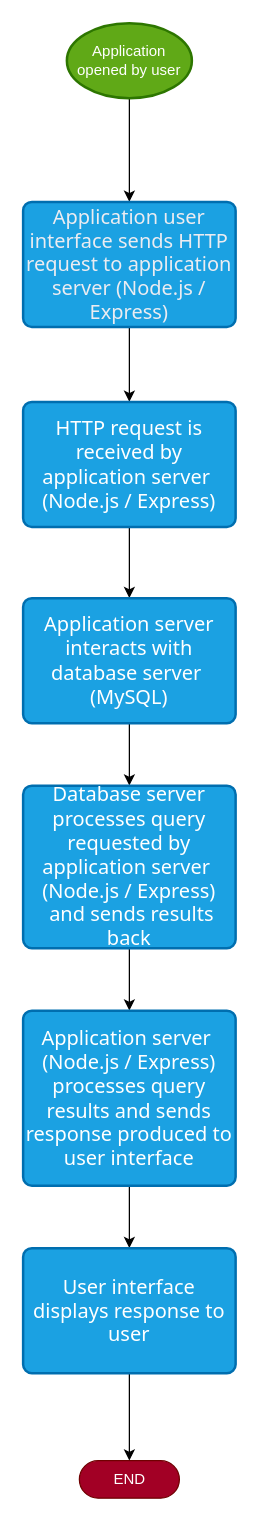
The draw.io diagram proposal/submission/sec01/Systema/flowchart.drawio in drshahizan/software-engineering, before the edit. Source tidied: cells renumbered, new cells numbered last; positions are measured from the earlier drawing's top-left corner, leaving out a move shared by most shapes. Both pictures are drawn from the tidied source at 125%, with x=0, y=0 at pixel (22, 22).
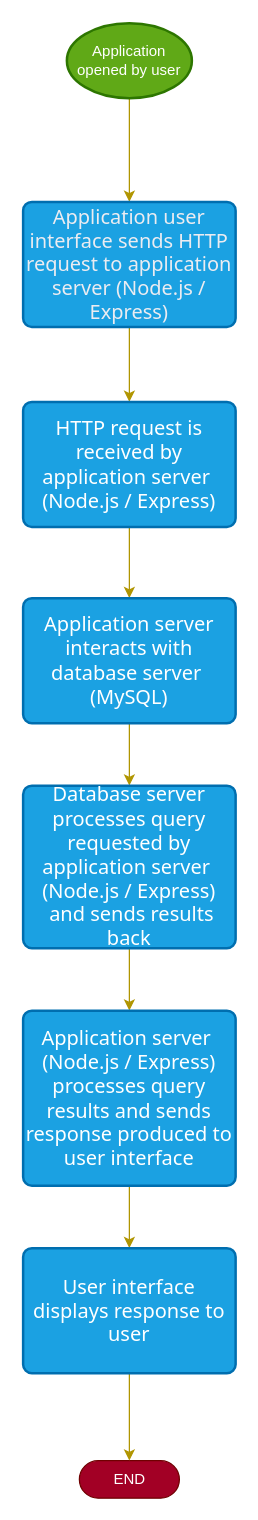
After the change.

Commit message (it also covers changes not shown here):
Update flowchart and blockdiagram

Diff of the diagram source:
```diff
@@
 <mxGraphModel>
   <root>
     <mxCell id="0" />
     <mxCell id="1" parent="0" />
-    <mxCell id="2" style="edgeStyle=none;html=1;exitX=0.5;exitY=1;exitDx=0;exitDy=0;exitPerimeter=0;entryX=0.5;entryY=0;entryDx=0;entryDy=0;" parent="1" edge="1" source="3" target="5">
+    <mxCell id="2" style="edgeStyle=none;html=1;exitX=0.5;exitY=1;exitDx=0;exitDy=0;exitPerimeter=0;entryX=0.5;entryY=0;entryDx=0;entryDy=0;fillColor=#e3c800;strokeColor=#B09500;" parent="1" edge="1" source="3" target="5">
       <mxGeometry relative="1" as="geometry" />
     </mxCell>
     <mxCell id="3" value="Application opened by user" style="strokeWidth=2;html=1;shape=mxgraph.flowchart.start_1;whiteSpace=wrap;fillColor=#60a917;fontColor=#ffffff;strokeColor=#2D7600;" parent="1" vertex="1">
       <mxGeometry x="35" width="100" height="60" as="geometry" />
     </mxCell>
-    <mxCell id="4" style="edgeStyle=none;html=1;exitX=0.5;exitY=1;exitDx=0;exitDy=0;entryX=0.5;entryY=0;entryDx=0;entryDy=0;" parent="1" edge="1" source="5" target="7">
+    <mxCell id="4" style="edgeStyle=none;html=1;exitX=0.5;exitY=1;exitDx=0;exitDy=0;entryX=0.5;entryY=0;entryDx=0;entryDy=0;fillColor=#e3c800;strokeColor=#B09500;" parent="1" edge="1" source="5" target="7">
       <mxGeometry relative="1" as="geometry" />
     </mxCell>
     <mxCell id="5" value="&lt;span style=&quot;color: rgb(236, 236, 241); font-family: Söhne, ui-sans-serif, system-ui, -apple-system, &amp;quot;Segoe UI&amp;quot;, Roboto, Ubuntu, Cantarell, &amp;quot;Noto Sans&amp;quot;, sans-serif, &amp;quot;Helvetica Neue&amp;quot;, Arial, &amp;quot;Apple Color Emoji&amp;quot;, &amp;quot;Segoe UI Emoji&amp;quot;, &amp;quot;Segoe UI Symbol&amp;quot;, &amp;quot;Noto Color Emoji&amp;quot;; font-size: 16px; text-align: start;&quot;&gt;Application user interface sends HTTP request to application server (Node.js / Express&lt;/span&gt;&lt;span style=&quot;color: rgb(236, 236, 241); font-family: Söhne, ui-sans-serif, system-ui, -apple-system, &amp;quot;Segoe UI&amp;quot;, Roboto, Ubuntu, Cantarell, &amp;quot;Noto Sans&amp;quot;, sans-serif, &amp;quot;Helvetica Neue&amp;quot;, Arial, &amp;quot;Apple Color Emoji&amp;quot;, &amp;quot;Segoe UI Emoji&amp;quot;, &amp;quot;Segoe UI Symbol&amp;quot;, &amp;quot;Noto Color Emoji&amp;quot;; font-size: 16px; text-align: start;&quot;&gt;)&lt;/span&gt;" style="rounded=1;whiteSpace=wrap;html=1;absoluteArcSize=1;arcSize=14;strokeWidth=2;fillColor=#1ba1e2;fontColor=#ffffff;strokeColor=#006EAF;" parent="1" vertex="1">
       <mxGeometry y="143" width="170" height="100" as="geometry" />
     </mxCell>
-    <mxCell id="6" style="edgeStyle=none;html=1;exitX=0.5;exitY=1;exitDx=0;exitDy=0;entryX=0.5;entryY=0;entryDx=0;entryDy=0;" parent="1" edge="1" source="7" target="10">
+    <mxCell id="6" style="edgeStyle=none;html=1;exitX=0.5;exitY=1;exitDx=0;exitDy=0;entryX=0.5;entryY=0;entryDx=0;entryDy=0;fillColor=#e3c800;strokeColor=#B09500;" parent="1" edge="1" source="7" target="10">
       <mxGeometry relative="1" as="geometry" />
     </mxCell>
     <mxCell id="7" value="&lt;div style=&quot;&quot;&gt;&lt;font face=&quot;Söhne, ui-sans-serif, system-ui, -apple-system, Segoe UI, Roboto, Ubuntu, Cantarell, Noto Sans, sans-serif, Helvetica Neue, Arial, Apple Color Emoji, Segoe UI Emoji, Segoe UI Symbol, Noto Color Emoji&quot;&gt;&lt;span style=&quot;font-size: 16px;&quot;&gt;HTTP request is received by application server&amp;nbsp;&lt;/span&gt;&lt;/font&gt;&lt;/div&gt;&lt;span style=&quot;font-family: Söhne, ui-sans-serif, system-ui, -apple-system, &amp;quot;Segoe UI&amp;quot;, Roboto, Ubuntu, Cantarell, &amp;quot;Noto Sans&amp;quot;, sans-serif, &amp;quot;Helvetica Neue&amp;quot;, Arial, &amp;quot;Apple Color Emoji&amp;quot;, &amp;quot;Segoe UI Emoji&amp;quot;, &amp;quot;Segoe UI Symbol&amp;quot;, &amp;quot;Noto Color Emoji&amp;quot;; font-size: 16px; text-align: start;&quot;&gt;(Node.js / Express)&lt;/span&gt;" style="rounded=1;whiteSpace=wrap;html=1;absoluteArcSize=1;arcSize=14;strokeWidth=2;fillColor=#1ba1e2;fontColor=#ffffff;strokeColor=#006EAF;align=center;" parent="1" vertex="1">
       <mxGeometry y="303" width="170" height="100" as="geometry" />
     </mxCell>
     <mxCell id="8" value="END" style="html=1;dashed=0;whitespace=wrap;shape=mxgraph.dfd.start;fillColor=#a20025;fontColor=#ffffff;strokeColor=#6F0000;" parent="1" vertex="1">
       <mxGeometry x="45" y="1150" width="80" height="30" as="geometry" />
     </mxCell>
-    <mxCell id="9" style="edgeStyle=none;html=1;exitX=0.5;exitY=1;exitDx=0;exitDy=0;entryX=0.5;entryY=0;entryDx=0;entryDy=0;" parent="1" edge="1" source="10" target="12">
+    <mxCell id="9" style="edgeStyle=none;html=1;exitX=0.5;exitY=1;exitDx=0;exitDy=0;entryX=0.5;entryY=0;entryDx=0;entryDy=0;fillColor=#e3c800;strokeColor=#B09500;" parent="1" edge="1" source="10" target="12">
       <mxGeometry relative="1" as="geometry" />
     </mxCell>
     <mxCell id="10" value="&lt;div style=&quot;&quot;&gt;&lt;font face=&quot;Söhne, ui-sans-serif, system-ui, -apple-system, Segoe UI, Roboto, Ubuntu, Cantarell, Noto Sans, sans-serif, Helvetica Neue, Arial, Apple Color Emoji, Segoe UI Emoji, Segoe UI Symbol, Noto Color Emoji&quot;&gt;&lt;span style=&quot;font-size: 16px;&quot;&gt;Application server interacts with database server&amp;nbsp;&lt;/span&gt;&lt;/font&gt;&lt;/div&gt;&lt;div style=&quot;&quot;&gt;&lt;font face=&quot;Söhne, ui-sans-serif, system-ui, -apple-system, Segoe UI, Roboto, Ubuntu, Cantarell, Noto Sans, sans-serif, Helvetica Neue, Arial, Apple Color Emoji, Segoe UI Emoji, Segoe UI Symbol, Noto Color Emoji&quot;&gt;&lt;span style=&quot;font-size: 16px;&quot;&gt;(MySQL)&lt;/span&gt;&lt;/font&gt;&lt;/div&gt;" style="rounded=1;whiteSpace=wrap;html=1;absoluteArcSize=1;arcSize=14;strokeWidth=2;fillColor=#1ba1e2;fontColor=#ffffff;strokeColor=#006EAF;align=center;" parent="1" vertex="1">
       <mxGeometry y="460" width="170" height="100" as="geometry" />
     </mxCell>
-    <mxCell id="11" style="edgeStyle=none;html=1;exitX=0.5;exitY=1;exitDx=0;exitDy=0;entryX=0.5;entryY=0;entryDx=0;entryDy=0;" parent="1" edge="1" source="12" target="14">
+    <mxCell id="11" style="edgeStyle=none;html=1;exitX=0.5;exitY=1;exitDx=0;exitDy=0;entryX=0.5;entryY=0;entryDx=0;entryDy=0;fillColor=#e3c800;strokeColor=#B09500;" parent="1" edge="1" source="12" target="14">
       <mxGeometry relative="1" as="geometry" />
     </mxCell>
     <mxCell id="12" value="&lt;div style=&quot;&quot;&gt;&lt;span style=&quot;font-family: Söhne, ui-sans-serif, system-ui, -apple-system, &amp;quot;Segoe UI&amp;quot;, Roboto, Ubuntu, Cantarell, &amp;quot;Noto Sans&amp;quot;, sans-serif, &amp;quot;Helvetica Neue&amp;quot;, Arial, &amp;quot;Apple Color Emoji&amp;quot;, &amp;quot;Segoe UI Emoji&amp;quot;, &amp;quot;Segoe UI Symbol&amp;quot;, &amp;quot;Noto Color Emoji&amp;quot;; font-size: 16px; text-align: left;&quot;&gt;Database server processes query requested by application server&amp;nbsp;&lt;/span&gt;&lt;/div&gt;&lt;span style=&quot;font-family: Söhne, ui-sans-serif, system-ui, -apple-system, &amp;quot;Segoe UI&amp;quot;, Roboto, Ubuntu, Cantarell, &amp;quot;Noto Sans&amp;quot;, sans-serif, &amp;quot;Helvetica Neue&amp;quot;, Arial, &amp;quot;Apple Color Emoji&amp;quot;, &amp;quot;Segoe UI Emoji&amp;quot;, &amp;quot;Segoe UI Symbol&amp;quot;, &amp;quot;Noto Color Emoji&amp;quot;; font-size: 16px; text-align: start;&quot;&gt;(Node.js / Express)&lt;/span&gt;&lt;div style=&quot;&quot;&gt;&lt;span style=&quot;font-family: Söhne, ui-sans-serif, system-ui, -apple-system, &amp;quot;Segoe UI&amp;quot;, Roboto, Ubuntu, Cantarell, &amp;quot;Noto Sans&amp;quot;, sans-serif, &amp;quot;Helvetica Neue&amp;quot;, Arial, &amp;quot;Apple Color Emoji&amp;quot;, &amp;quot;Segoe UI Emoji&amp;quot;, &amp;quot;Segoe UI Symbol&amp;quot;, &amp;quot;Noto Color Emoji&amp;quot;; font-size: 16px; text-align: left;&quot;&gt;&amp;nbsp;and sends results back&lt;/span&gt;&lt;br&gt;&lt;/div&gt;" style="rounded=1;whiteSpace=wrap;html=1;absoluteArcSize=1;arcSize=14;strokeWidth=2;fillColor=#1ba1e2;fontColor=#ffffff;strokeColor=#006EAF;align=center;" parent="1" vertex="1">
       <mxGeometry y="610" width="170" height="130" as="geometry" />
     </mxCell>
-    <mxCell id="13" style="edgeStyle=none;html=1;exitX=0.5;exitY=1;exitDx=0;exitDy=0;entryX=0.5;entryY=0;entryDx=0;entryDy=0;" parent="1" edge="1" source="14" target="16">
+    <mxCell id="13" style="edgeStyle=none;html=1;exitX=0.5;exitY=1;exitDx=0;exitDy=0;entryX=0.5;entryY=0;entryDx=0;entryDy=0;fillColor=#e3c800;strokeColor=#B09500;" parent="1" edge="1" source="14" target="16">
       <mxGeometry relative="1" as="geometry" />
     </mxCell>
     <mxCell id="14" value="&lt;div style=&quot;&quot;&gt;&lt;span style=&quot;font-family: Söhne, ui-sans-serif, system-ui, -apple-system, &amp;quot;Segoe UI&amp;quot;, Roboto, Ubuntu, Cantarell, &amp;quot;Noto Sans&amp;quot;, sans-serif, &amp;quot;Helvetica Neue&amp;quot;, Arial, &amp;quot;Apple Color Emoji&amp;quot;, &amp;quot;Segoe UI Emoji&amp;quot;, &amp;quot;Segoe UI Symbol&amp;quot;, &amp;quot;Noto Color Emoji&amp;quot;; font-size: 16px; text-align: left;&quot;&gt;Application server&amp;nbsp;&lt;/span&gt;&lt;/div&gt;&lt;span style=&quot;font-family: Söhne, ui-sans-serif, system-ui, -apple-system, &amp;quot;Segoe UI&amp;quot;, Roboto, Ubuntu, Cantarell, &amp;quot;Noto Sans&amp;quot;, sans-serif, &amp;quot;Helvetica Neue&amp;quot;, Arial, &amp;quot;Apple Color Emoji&amp;quot;, &amp;quot;Segoe UI Emoji&amp;quot;, &amp;quot;Segoe UI Symbol&amp;quot;, &amp;quot;Noto Color Emoji&amp;quot;; font-size: 16px; text-align: start;&quot;&gt;(Node.js / Express)&lt;/span&gt;&lt;div style=&quot;&quot;&gt;&lt;span style=&quot;font-family: Söhne, ui-sans-serif, system-ui, -apple-system, &amp;quot;Segoe UI&amp;quot;, Roboto, Ubuntu, Cantarell, &amp;quot;Noto Sans&amp;quot;, sans-serif, &amp;quot;Helvetica Neue&amp;quot;, Arial, &amp;quot;Apple Color Emoji&amp;quot;, &amp;quot;Segoe UI Emoji&amp;quot;, &amp;quot;Segoe UI Symbol&amp;quot;, &amp;quot;Noto Color Emoji&amp;quot;; font-size: 16px; text-align: left;&quot;&gt;processes query results and sends response produced to user interface&lt;/span&gt;&lt;br&gt;&lt;/div&gt;" style="rounded=1;whiteSpace=wrap;html=1;absoluteArcSize=1;arcSize=14;strokeWidth=2;fillColor=#1ba1e2;fontColor=#ffffff;strokeColor=#006EAF;align=center;" parent="1" vertex="1">
       <mxGeometry y="790" width="170" height="140" as="geometry" />
     </mxCell>
-    <mxCell id="15" style="edgeStyle=none;html=1;exitX=0.5;exitY=1;exitDx=0;exitDy=0;entryX=0.5;entryY=0.5;entryDx=0;entryDy=-15;entryPerimeter=0;" parent="1" edge="1" source="16" target="8">
+    <mxCell id="15" style="edgeStyle=none;html=1;exitX=0.5;exitY=1;exitDx=0;exitDy=0;entryX=0.5;entryY=0.5;entryDx=0;entryDy=-15;entryPerimeter=0;fillColor=#e3c800;strokeColor=#B09500;" parent="1" edge="1" source="16" target="8">
       <mxGeometry relative="1" as="geometry" />
     </mxCell>
     <mxCell id="16" value="&lt;div style=&quot;&quot;&gt;&lt;span style=&quot;font-family: Söhne, ui-sans-serif, system-ui, -apple-system, &amp;quot;Segoe UI&amp;quot;, Roboto, Ubuntu, Cantarell, &amp;quot;Noto Sans&amp;quot;, sans-serif, &amp;quot;Helvetica Neue&amp;quot;, Arial, &amp;quot;Apple Color Emoji&amp;quot;, &amp;quot;Segoe UI Emoji&amp;quot;, &amp;quot;Segoe UI Symbol&amp;quot;, &amp;quot;Noto Color Emoji&amp;quot;; font-size: 16px; text-align: left;&quot;&gt;User interface displays response to user&lt;/span&gt;&lt;br&gt;&lt;/div&gt;" style="rounded=1;whiteSpace=wrap;html=1;absoluteArcSize=1;arcSize=14;strokeWidth=2;fillColor=#1ba1e2;fontColor=#ffffff;strokeColor=#006EAF;align=center;" parent="1" vertex="1">
       <mxGeometry y="980" width="170" height="100" as="geometry" />
     </mxCell>
   </root>
 </mxGraphModel>
```
